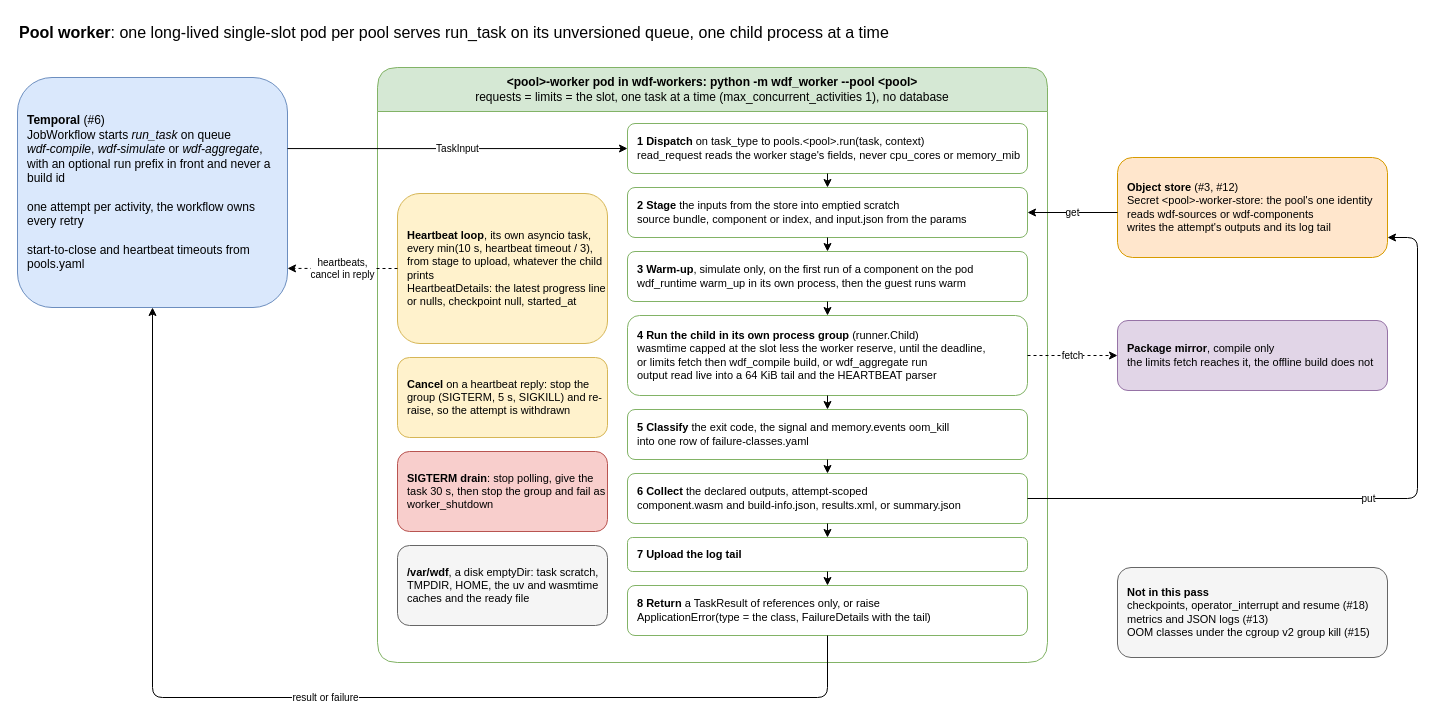
This is docs/architecture/18-pool-worker.drawio from AndoNorth/disyard, a draw.io file, before an edit. Source tidied: cells renumbered, new cells numbered last; positions are measured from the earlier drawing's top-left corner, leaving out a move shared by most shapes. Both pictures are drawn from the tidied source at 100%, with x=0, y=0 at pixel (17, 17).
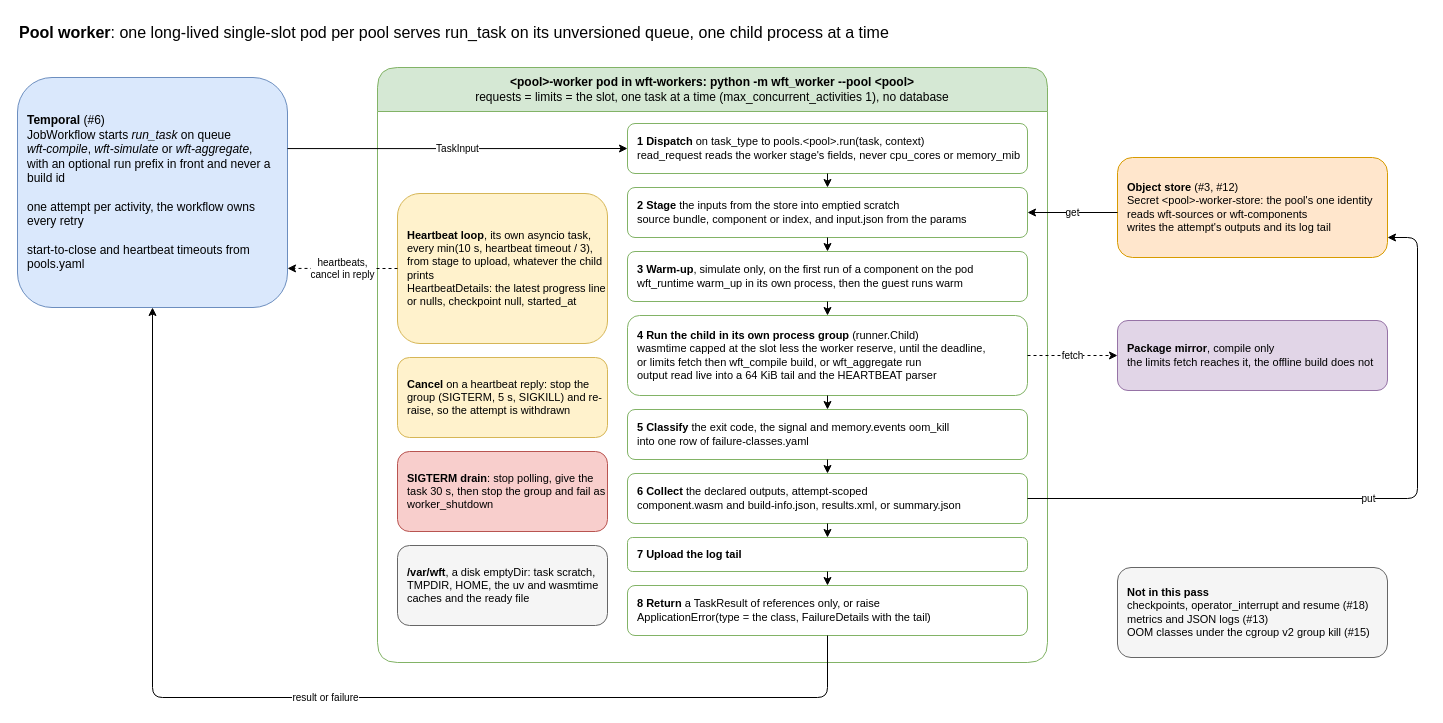
Above is the later version.

Change to the diagram source:
```diff
@@
-    <mxCell id="3" value="&lt;b&gt;Temporal&lt;/b&gt; (#6)&lt;br&gt;JobWorkflow starts &lt;i&gt;run_task&lt;/i&gt; on queue&lt;br&gt;&lt;i&gt;wdf-compile&lt;/i&gt;, &lt;i&gt;wdf-simulate&lt;/i&gt; or &lt;i&gt;wdf-aggregate&lt;/i&gt;,&lt;br&gt;with an optional run prefix in front and never a build id&lt;br&gt;&lt;br&gt;one attempt per activity, the workflow owns every retry&lt;br&gt;&lt;br&gt;start-to-close and heartbeat timeouts from pools.yaml" style="rounded=1;whiteSpace=wrap;html=1;fillColor=#dae8fc;strokeColor=#6c8ebf;align=left;spacingLeft=8;fontSize=12;" parent="1" vertex="1">
+    <mxCell id="3" value="&lt;b&gt;Temporal&lt;/b&gt; (#6)&lt;br&gt;JobWorkflow starts &lt;i&gt;run_task&lt;/i&gt; on queue&lt;br&gt;&lt;i&gt;wft-compile&lt;/i&gt;, &lt;i&gt;wft-simulate&lt;/i&gt; or &lt;i&gt;wft-aggregate&lt;/i&gt;,&lt;br&gt;with an optional run prefix in front and never a build id&lt;br&gt;&lt;br&gt;one attempt per activity, the workflow owns every retry&lt;br&gt;&lt;br&gt;start-to-close and heartbeat timeouts from pools.yaml" style="rounded=1;whiteSpace=wrap;html=1;fillColor=#dae8fc;strokeColor=#6c8ebf;align=left;spacingLeft=8;fontSize=12;" parent="1" vertex="1">
       <mxGeometry y="60" width="270" height="230" as="geometry" />
     </mxCell>
-    <mxCell id="4" value="&amp;lt;pool&amp;gt;-worker pod in wdf-workers: python -m wdf_worker --pool &amp;lt;pool&amp;gt;&lt;br&gt;&lt;span style=&quot;font-weight: normal&quot;&gt;requests = limits = the slot, one task at a time (max_concurrent_activities 1), no database&lt;/span&gt;" style="swimlane;startSize=44;rounded=1;fillColor=#d5e8d4;strokeColor=#82b366;fontStyle=1;whiteSpace=wrap;html=1;" parent="1" vertex="1">
+    <mxCell id="4" value="&amp;lt;pool&amp;gt;-worker pod in wft-workers: python -m wft_worker --pool &amp;lt;pool&amp;gt;&lt;br&gt;&lt;span style=&quot;font-weight: normal&quot;&gt;requests = limits = the slot, one task at a time (max_concurrent_activities 1), no database&lt;/span&gt;" style="swimlane;startSize=44;rounded=1;fillColor=#d5e8d4;strokeColor=#82b366;fontStyle=1;whiteSpace=wrap;html=1;" parent="1" vertex="1">
       <mxGeometry x="360" y="50" width="670" height="595" as="geometry" />
     </mxCell>
@@
-    <mxCell id="7" value="&lt;b&gt;3 Warm-up&lt;/b&gt;, simulate only, on the first run of a component on the pod&lt;br&gt;wdf_runtime warm_up in its own process, then the guest runs warm" style="rounded=1;whiteSpace=wrap;html=1;fillColor=#ffffff;strokeColor=#82b366;align=left;spacingLeft=8;fontSize=11;" parent="4" vertex="1">
+    <mxCell id="7" value="&lt;b&gt;3 Warm-up&lt;/b&gt;, simulate only, on the first run of a component on the pod&lt;br&gt;wft_runtime warm_up in its own process, then the guest runs warm" style="rounded=1;whiteSpace=wrap;html=1;fillColor=#ffffff;strokeColor=#82b366;align=left;spacingLeft=8;fontSize=11;" parent="4" vertex="1">
       <mxGeometry x="250" y="184" width="400" height="50" as="geometry" />
     </mxCell>
-    <mxCell id="8" value="&lt;b&gt;4 Run the child in its own process group&lt;/b&gt; (runner.Child)&lt;br&gt;wasmtime capped at the slot less the worker reserve, until the deadline,&lt;br&gt;or limits fetch then wdf_compile build, or wdf_aggregate run&lt;br&gt;output read live into a 64 KiB tail and the HEARTBEAT parser" style="rounded=1;whiteSpace=wrap;html=1;fillColor=#ffffff;strokeColor=#82b366;align=left;spacingLeft=8;fontSize=11;" parent="4" vertex="1">
+    <mxCell id="8" value="&lt;b&gt;4 Run the child in its own process group&lt;/b&gt; (runner.Child)&lt;br&gt;wasmtime capped at the slot less the worker reserve, until the deadline,&lt;br&gt;or limits fetch then wft_compile build, or wft_aggregate run&lt;br&gt;output read live into a 64 KiB tail and the HEARTBEAT parser" style="rounded=1;whiteSpace=wrap;html=1;fillColor=#ffffff;strokeColor=#82b366;align=left;spacingLeft=8;fontSize=11;" parent="4" vertex="1">
       <mxGeometry x="250" y="248" width="400" height="80" as="geometry" />
     </mxCell>
@@
-    <mxCell id="16" value="&lt;b&gt;/var/wdf&lt;/b&gt;, a disk emptyDir: task scratch, TMPDIR, HOME, the uv and wasmtime caches and the ready file" style="rounded=1;whiteSpace=wrap;html=1;fillColor=#f5f5f5;strokeColor=#666666;align=left;spacingLeft=8;fontSize=11;" parent="4" vertex="1">
+    <mxCell id="16" value="&lt;b&gt;/var/wft&lt;/b&gt;, a disk emptyDir: task scratch, TMPDIR, HOME, the uv and wasmtime caches and the ready file" style="rounded=1;whiteSpace=wrap;html=1;fillColor=#f5f5f5;strokeColor=#666666;align=left;spacingLeft=8;fontSize=11;" parent="4" vertex="1">
       <mxGeometry x="20" y="478" width="210" height="80" as="geometry" />
     </mxCell>
-    <mxCell id="17" value="&lt;b&gt;Object store&lt;/b&gt; (#3, #12)&lt;br&gt;Secret &amp;lt;pool&amp;gt;-worker-store: the pool's one identity&lt;br&gt;reads wdf-sources or wdf-components&lt;br&gt;writes the attempt's outputs and its log tail" style="rounded=1;whiteSpace=wrap;html=1;fillColor=#ffe6cc;strokeColor=#d79b00;align=left;spacingLeft=8;fontSize=11;" parent="1" vertex="1">
+    <mxCell id="17" value="&lt;b&gt;Object store&lt;/b&gt; (#3, #12)&lt;br&gt;Secret &amp;lt;pool&amp;gt;-worker-store: the pool's one identity&lt;br&gt;reads wft-sources or wft-components&lt;br&gt;writes the attempt's outputs and its log tail" style="rounded=1;whiteSpace=wrap;html=1;fillColor=#ffe6cc;strokeColor=#d79b00;align=left;spacingLeft=8;fontSize=11;" parent="1" vertex="1">
       <mxGeometry x="1100" y="140" width="270" height="100" as="geometry" />
     </mxCell>
```
